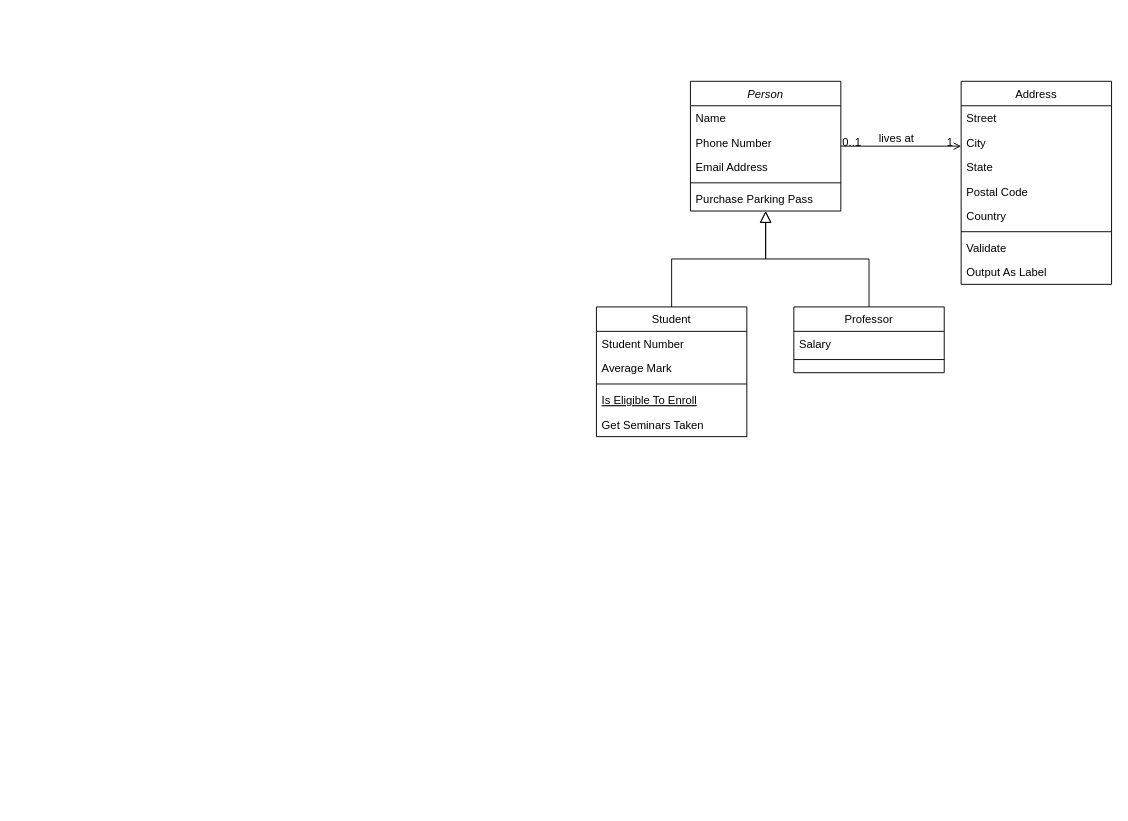
Earlier version of the draw.io diagram diagrama clases examen AyDSII.drawio (phoenix1179/BD). Source tidied: cells renumbered, new cells numbered last; positions are measured from the earlier drawing's top-left corner, leaving out a move shared by most shapes. Both pictures are drawn from the tidied source at 94%, with x=0, y=0 at pixel (596, 81).
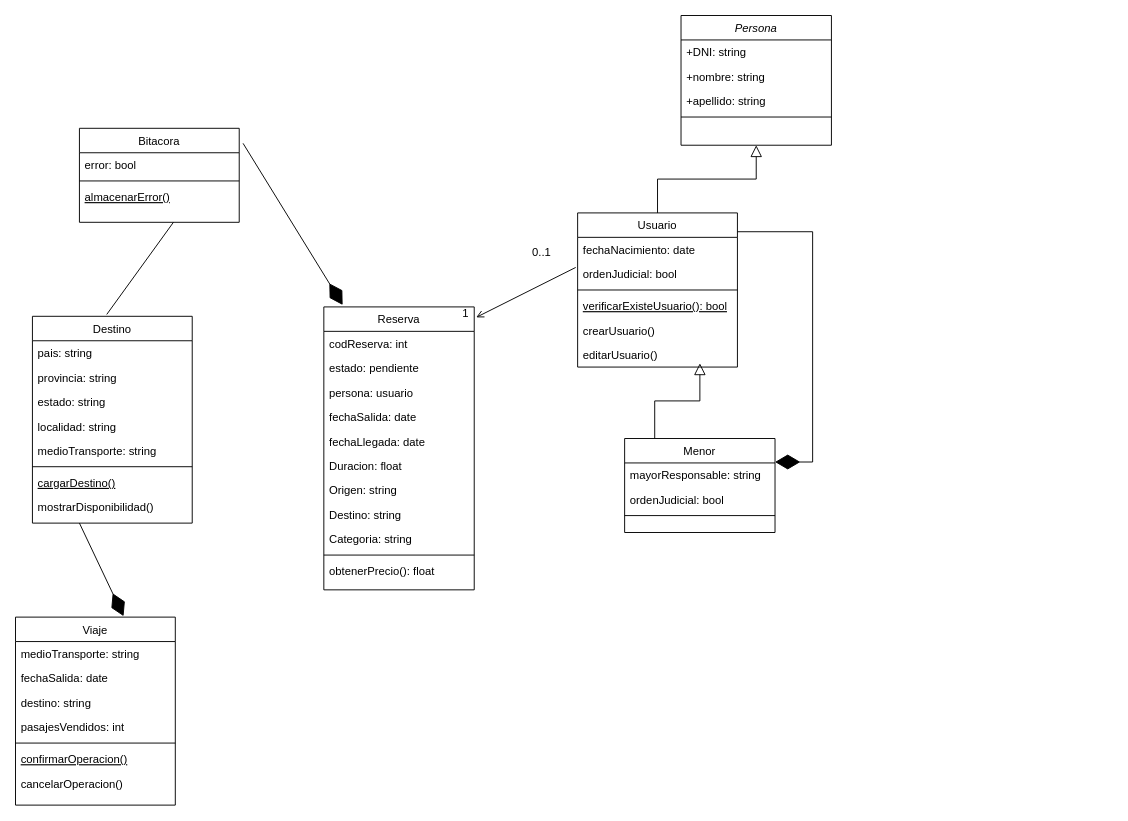
The same diagram, later.

Change to the diagram source:
```diff
@@
-    <mxCell id="2" value="Person" style="swimlane;fontStyle=2;align=center;verticalAlign=top;horizontal=1;startSize=26;rounded=0;shadow=0;strokeWidth=1;" parent="1" vertex="1">
-      <mxGeometry x="100" width="160" height="138" as="geometry" />
+    <mxCell id="2" value="Persona" style="swimlane;fontStyle=2;align=center;verticalAlign=top;horizontal=1;startSize=26;rounded=0;shadow=0;strokeWidth=1;" parent="1" vertex="1">
+      <mxGeometry x="90" y="-70" width="160" height="138" as="geometry" />
     </mxCell>
-    <mxCell id="3" value="Name" style="text;align=left;verticalAlign=top;spacingLeft=4;spacingRight=4;overflow=hidden;" parent="2" vertex="1">
+    <mxCell id="3" value="+DNI: string" style="text;align=left;verticalAlign=top;spacingLeft=4;spacingRight=4;overflow=hidden;" parent="2" vertex="1">
       <mxGeometry y="26" width="160" height="26" as="geometry" />
     </mxCell>
-    <mxCell id="4" value="Phone Number" style="text;align=left;verticalAlign=top;spacingLeft=4;spacingRight=4;overflow=hidden;rounded=0;shadow=0;html=0;" parent="2" vertex="1">
+    <mxCell id="4" value="+nombre: string" style="text;align=left;verticalAlign=top;spacingLeft=4;spacingRight=4;overflow=hidden;rounded=0;shadow=0;html=0;" parent="2" vertex="1">
       <mxGeometry y="52" width="160" height="26" as="geometry" />
     </mxCell>
-    <mxCell id="5" value="Email Address" style="text;align=left;verticalAlign=top;spacingLeft=4;spacingRight=4;overflow=hidden;rounded=0;shadow=0;html=0;" parent="2" vertex="1">
+    <mxCell id="5" value="+apellido: string" style="text;align=left;verticalAlign=top;spacingLeft=4;spacingRight=4;overflow=hidden;rounded=0;shadow=0;html=0;" parent="2" vertex="1">
       <mxGeometry y="78" width="160" height="26" as="geometry" />
     </mxCell>
@@
-    <mxCell id="7" value="Purchase Parking Pass" style="text;align=left;verticalAlign=top;spacingLeft=4;spacingRight=4;overflow=hidden;" parent="2" vertex="1">
-      <mxGeometry y="112" width="160" height="26" as="geometry" />
-    </mxCell>
-    <mxCell id="8" value="Student" style="swimlane;fontStyle=0;align=center;verticalAlign=top;horizontal=1;startSize=26;rounded=0;shadow=0;strokeWidth=1;" parent="1" vertex="1">
-      <mxGeometry y="240" width="160" height="138" as="geometry" />
+    <mxCell id="8" value="Usuario" style="swimlane;fontStyle=0;align=center;verticalAlign=top;horizontal=1;startSize=26;rounded=0;shadow=0;strokeWidth=1;" parent="1" vertex="1">
+      <mxGeometry x="-20" y="140" width="170" height="164" as="geometry" />
     </mxCell>
-    <mxCell id="9" value="Student Number" style="text;align=left;verticalAlign=top;spacingLeft=4;spacingRight=4;overflow=hidden;" parent="8" vertex="1">
-      <mxGeometry y="26" width="160" height="26" as="geometry" />
+    <mxCell id="9" value="fechaNacimiento: date" style="text;align=left;verticalAlign=top;spacingLeft=4;spacingRight=4;overflow=hidden;" parent="8" vertex="1">
+      <mxGeometry y="26" width="170" height="26" as="geometry" />
     </mxCell>
-    <mxCell id="10" value="Average Mark" style="text;align=left;verticalAlign=top;spacingLeft=4;spacingRight=4;overflow=hidden;points=[[0,0.5],[1,0.5]];portConstraint=eastwest;rounded=0;shadow=0;html=0;" parent="8" vertex="1">
-      <mxGeometry y="52" width="160" height="26" as="geometry" />
+    <mxCell id="10" value="ordenJudicial: bool" style="text;align=left;verticalAlign=top;spacingLeft=4;spacingRight=4;overflow=hidden;points=[[0,0.5],[1,0.5]];portConstraint=eastwest;rounded=0;shadow=0;html=0;" parent="8" vertex="1">
+      <mxGeometry y="52" width="170" height="26" as="geometry" />
     </mxCell>
     <mxCell id="11" style="line;html=1;strokeWidth=1;align=left;verticalAlign=middle;spacingTop=-1;spacingLeft=3;spacingRight=3;labelPosition=right;" parent="8" vertex="1">
-      <mxGeometry y="78" width="160" height="8" as="geometry" />
+      <mxGeometry y="78" width="170" height="8" as="geometry" />
     </mxCell>
-    <mxCell id="12" value="Is Eligible To Enroll" style="text;align=left;verticalAlign=top;spacingLeft=4;spacingRight=4;overflow=hidden;fontStyle=4;" parent="8" vertex="1">
-      <mxGeometry y="86" width="160" height="26" as="geometry" />
+    <mxCell id="12" value="verificarExisteUsuario(): bool" style="text;align=left;verticalAlign=top;spacingLeft=4;spacingRight=4;overflow=hidden;fontStyle=4;" parent="8" vertex="1">
+      <mxGeometry y="86" width="170" height="26" as="geometry" />
     </mxCell>
-    <mxCell id="13" value="Get Seminars Taken" style="text;align=left;verticalAlign=top;spacingLeft=4;spacingRight=4;overflow=hidden;" parent="8" vertex="1">
-      <mxGeometry y="112" width="160" height="26" as="geometry" />
+    <mxCell id="13" value="crearUsuario()" style="text;align=left;verticalAlign=top;spacingLeft=4;spacingRight=4;overflow=hidden;" parent="8" vertex="1">
+      <mxGeometry y="112" width="170" height="26" as="geometry" />
     </mxCell>
+    <mxCell id="32" value="editarUsuario()" style="text;align=left;verticalAlign=top;spacingLeft=4;spacingRight=4;overflow=hidden;points=[[0,0.5],[1,0.5]];portConstraint=eastwest;" parent="8" vertex="1">
+      <mxGeometry y="138" width="170" height="26" as="geometry" />
+    </mxCell>
@@
-    <mxCell id="15" value="Professor" style="swimlane;fontStyle=0;align=center;verticalAlign=top;horizontal=1;startSize=26;rounded=0;shadow=0;strokeWidth=1;" parent="1" vertex="1">
-      <mxGeometry x="210" y="240" width="160" height="70" as="geometry" />
+    <mxCell id="15" value="Menor" style="swimlane;fontStyle=0;align=center;verticalAlign=top;horizontal=1;startSize=26;rounded=0;shadow=0;strokeWidth=1;" parent="1" vertex="1">
+      <mxGeometry x="30" y="380" width="160" height="100" as="geometry" />
     </mxCell>
-    <mxCell id="16" value="Salary" style="text;align=left;verticalAlign=top;spacingLeft=4;spacingRight=4;overflow=hidden;" parent="15" vertex="1">
+    <mxCell id="16" value="mayorResponsable: string" style="text;align=left;verticalAlign=top;spacingLeft=4;spacingRight=4;overflow=hidden;" parent="15" vertex="1">
       <mxGeometry y="26" width="160" height="26" as="geometry" />
     </mxCell>
+    <mxCell id="33" value="ordenJudicial: bool" style="text;align=left;verticalAlign=top;spacingLeft=4;spacingRight=4;overflow=hidden;" parent="15" vertex="1">
+      <mxGeometry y="52" width="160" height="26" as="geometry" />
+    </mxCell>
     <mxCell id="17" style="line;html=1;strokeWidth=1;align=left;verticalAlign=middle;spacingTop=-1;spacingLeft=3;spacingRight=3;labelPosition=right;" parent="15" vertex="1">
-      <mxGeometry y="52" width="160" height="8" as="geometry" />
+      <mxGeometry y="78" width="160" height="8" as="geometry" />
     </mxCell>
-    <mxCell id="18" style="endArrow=block;endSize=10;endFill=0;shadow=0;strokeWidth=1;rounded=0;edgeStyle=elbowEdgeStyle;elbow=vertical;" parent="1" edge="1" source="15" target="2">
-      <mxGeometry relative="1" as="geometry" />
-    </mxCell>
-    <mxCell id="19" value="Address" style="swimlane;fontStyle=0;align=center;verticalAlign=top;horizontal=1;startSize=26;rounded=0;shadow=0;strokeWidth=1;" parent="1" vertex="1">
-      <mxGeometry x="388" width="160" height="216" as="geometry" />
+    <mxCell id="19" value="Reserva" style="swimlane;fontStyle=0;align=center;verticalAlign=top;horizontal=1;startSize=26;rounded=0;shadow=0;strokeWidth=1;" parent="1" vertex="1">
+      <mxGeometry x="-290" y="240" width="160" height="301" as="geometry" />
     </mxCell>
-    <mxCell id="20" value="Street" style="text;align=left;verticalAlign=top;spacingLeft=4;spacingRight=4;overflow=hidden;" parent="19" vertex="1">
+    <mxCell id="20" value="codReserva: int" style="text;align=left;verticalAlign=top;spacingLeft=4;spacingRight=4;overflow=hidden;" parent="19" vertex="1">
       <mxGeometry y="26" width="160" height="26" as="geometry" />
     </mxCell>
-    <mxCell id="21" value="City" style="text;align=left;verticalAlign=top;spacingLeft=4;spacingRight=4;overflow=hidden;rounded=0;shadow=0;html=0;" parent="19" vertex="1">
+    <mxCell id="21" value="estado: pendiente" style="text;align=left;verticalAlign=top;spacingLeft=4;spacingRight=4;overflow=hidden;rounded=0;shadow=0;html=0;" parent="19" vertex="1">
       <mxGeometry y="52" width="160" height="26" as="geometry" />
     </mxCell>
-    <mxCell id="22" value="State" style="text;align=left;verticalAlign=top;spacingLeft=4;spacingRight=4;overflow=hidden;rounded=0;shadow=0;html=0;" parent="19" vertex="1">
+    <mxCell id="22" value="persona: usuario" style="text;align=left;verticalAlign=top;spacingLeft=4;spacingRight=4;overflow=hidden;rounded=0;shadow=0;html=0;" parent="19" vertex="1">
       <mxGeometry y="78" width="160" height="26" as="geometry" />
     </mxCell>
-    <mxCell id="23" value="Postal Code" style="text;align=left;verticalAlign=top;spacingLeft=4;spacingRight=4;overflow=hidden;rounded=0;shadow=0;html=0;" parent="19" vertex="1">
+    <mxCell id="23" value="fechaSalida: date" style="text;align=left;verticalAlign=top;spacingLeft=4;spacingRight=4;overflow=hidden;rounded=0;shadow=0;html=0;" parent="19" vertex="1">
       <mxGeometry y="104" width="160" height="26" as="geometry" />
     </mxCell>
-    <mxCell id="24" value="Country" style="text;align=left;verticalAlign=top;spacingLeft=4;spacingRight=4;overflow=hidden;rounded=0;shadow=0;html=0;" parent="19" vertex="1">
+    <mxCell id="24" value="fechaLlegada: date" style="text;align=left;verticalAlign=top;spacingLeft=4;spacingRight=4;overflow=hidden;rounded=0;shadow=0;html=0;" parent="19" vertex="1">
       <mxGeometry y="130" width="160" height="26" as="geometry" />
     </mxCell>
+    <mxCell id="34" value="Duracion: float" style="text;align=left;verticalAlign=top;spacingLeft=4;spacingRight=4;overflow=hidden;rounded=0;shadow=0;html=0;" parent="19" vertex="1">
+      <mxGeometry y="156" width="160" height="26" as="geometry" />
+    </mxCell>
+    <mxCell id="35" value="Origen: string" style="text;align=left;verticalAlign=top;spacingLeft=4;spacingRight=4;overflow=hidden;rounded=0;shadow=0;html=0;" parent="19" vertex="1">
+      <mxGeometry y="182" width="160" height="26" as="geometry" />
+    </mxCell>
+    <mxCell id="36" value="Destino: string" style="text;align=left;verticalAlign=top;spacingLeft=4;spacingRight=4;overflow=hidden;rounded=0;shadow=0;html=0;" parent="19" vertex="1">
+      <mxGeometry y="208" width="160" height="26" as="geometry" />
+    </mxCell>
+    <mxCell id="37" value="Categoria: string" style="text;align=left;verticalAlign=top;spacingLeft=4;spacingRight=4;overflow=hidden;rounded=0;shadow=0;html=0;" parent="19" vertex="1">
+      <mxGeometry y="234" width="160" height="26" as="geometry" />
+    </mxCell>
     <mxCell id="25" style="line;html=1;strokeWidth=1;align=left;verticalAlign=middle;spacingTop=-1;spacingLeft=3;spacingRight=3;labelPosition=right;" parent="19" vertex="1">
-      <mxGeometry y="156" width="160" height="8" as="geometry" />
+      <mxGeometry y="260" width="160" height="8" as="geometry" />
     </mxCell>
-    <mxCell id="26" value="Validate" style="text;align=left;verticalAlign=top;spacingLeft=4;spacingRight=4;overflow=hidden;" parent="19" vertex="1">
-      <mxGeometry y="164" width="160" height="26" as="geometry" />
+    <mxCell id="26" value="obtenerPrecio(): float" style="text;align=left;verticalAlign=top;spacingLeft=4;spacingRight=4;overflow=hidden;" parent="19" vertex="1">
+      <mxGeometry y="268" width="160" height="26" as="geometry" />
     </mxCell>
-    <mxCell id="27" value="Output As Label" style="text;align=left;verticalAlign=top;spacingLeft=4;spacingRight=4;overflow=hidden;" parent="19" vertex="1">
-      <mxGeometry y="190" width="160" height="26" as="geometry" />
-    </mxCell>
-    <mxCell id="28" style="endArrow=open;shadow=0;strokeWidth=1;rounded=0;endFill=1;edgeStyle=elbowEdgeStyle;elbow=vertical;" parent="1" edge="1" source="2" target="19">
-      <mxGeometry x="0.5" y="41" relative="1" as="geometry">
-        <mxPoint x="-40" y="32" as="offset" />
-      </mxGeometry>
-    </mxCell>
+    <mxCell id="38" style="endArrow=block;endSize=10;endFill=0;shadow=0;strokeWidth=1;rounded=0;edgeStyle=elbowEdgeStyle;elbow=vertical;exitX=0.2;exitY=0;exitDx=0;exitDy=0;exitPerimeter=0;entryX=0.765;entryY=0.846;entryDx=0;entryDy=0;entryPerimeter=0;" parent="1" edge="1" source="15" target="32">
+      <mxGeometry relative="1" as="geometry" />
+    </mxCell>
+    <mxCell id="39" style="endArrow=diamondThin;endFill=1;endSize=24;html=1;rounded=0;entryX=1;entryY=0.25;entryDx=0;entryDy=0;edgeStyle=elbowEdgeStyle;exitX=1;exitY=0.122;exitDx=0;exitDy=0;exitPerimeter=0;" parent="1" edge="1" source="8" target="15">
+      <mxGeometry relative="1" as="geometry">
+        <Array as="points">
+          <mxPoint x="230" y="420" />
+        </Array>
+      </mxGeometry>
+    </mxCell>
+    <mxCell id="40" style="endArrow=open;shadow=0;strokeWidth=1;rounded=0;endFill=1;elbow=vertical;exitX=-0.012;exitY=0.231;exitDx=0;exitDy=0;exitPerimeter=0;entryX=1.013;entryY=0.037;entryDx=0;entryDy=0;entryPerimeter=0;" parent="1" edge="1" source="10" target="19">
+      <mxGeometry x="0.5" y="41" relative="1" as="geometry">
+        <mxPoint x="-40" y="32" as="offset" />
+      </mxGeometry>
+    </mxCell>
-    <mxCell id="29" value="0..1" style="align=left;verticalAlign=bottom;labelBackgroundColor=none;fontSize=12;" parent="28" vertex="1">
+    <mxCell id="29" value="0..1" style="align=left;verticalAlign=bottom;labelBackgroundColor=none;fontSize=12;" parent="40" vertex="1">
       <mxGeometry x="-1" relative="1" as="geometry">
-        <mxPoint y="4" as="offset" />
+        <mxPoint x="-48" y="-8" as="offset" />
       </mxGeometry>
     </mxCell>
-    <mxCell id="30" value="1" style="align=right;verticalAlign=bottom;labelBackgroundColor=none;fontSize=12;" parent="28" vertex="1">
+    <mxCell id="30" value="1" style="align=right;verticalAlign=bottom;labelBackgroundColor=none;fontSize=12;" parent="40" vertex="1">
       <mxGeometry x="1" relative="1" as="geometry">
         <mxPoint x="-7" y="4" as="offset" />
       </mxGeometry>
     </mxCell>
-    <mxCell id="31" value="lives at" style="text;html=1;align=center;verticalAlign=middle;labelBackgroundColor=none;rounded=0;shadow=0;strokeWidth=1;fontSize=12;" parent="28" vertex="1">
-      <mxGeometry x="0.5" y="49" relative="1" as="geometry">
-        <mxPoint x="-38" y="40" as="offset" />
-      </mxGeometry>
-    </mxCell>
+    <mxCell id="41" style="endArrow=diamondThin;endFill=1;endSize=24;html=1;rounded=0;entryX=0.125;entryY=-0.007;entryDx=0;entryDy=0;entryPerimeter=0;exitX=1.024;exitY=0.16;exitDx=0;exitDy=0;exitPerimeter=0;" parent="1" edge="1" source="42" target="19">
+      <mxGeometry relative="1" as="geometry" />
+    </mxCell>
+    <mxCell id="42" value="Bitacora" style="swimlane;fontStyle=0;align=center;verticalAlign=top;horizontal=1;startSize=26;rounded=0;shadow=0;strokeWidth=1;" parent="1" vertex="1">
+      <mxGeometry x="-550" y="50" width="170" height="100" as="geometry" />
+    </mxCell>
+    <mxCell id="43" value="error: bool" style="text;align=left;verticalAlign=top;spacingLeft=4;spacingRight=4;overflow=hidden;" parent="42" vertex="1">
+      <mxGeometry y="26" width="170" height="26" as="geometry" />
+    </mxCell>
+    <mxCell id="44" style="line;html=1;strokeWidth=1;align=left;verticalAlign=middle;spacingTop=-1;spacingLeft=3;spacingRight=3;labelPosition=right;" parent="42" vertex="1">
+      <mxGeometry y="52" width="170" height="8" as="geometry" />
+    </mxCell>
+    <mxCell id="45" value="almacenarError()" style="text;align=left;verticalAlign=top;spacingLeft=4;spacingRight=4;overflow=hidden;fontStyle=4;" parent="42" vertex="1">
+      <mxGeometry y="60" width="170" height="26" as="geometry" />
+    </mxCell>
+    <mxCell id="46" value="Destino" style="swimlane;fontStyle=0;align=center;verticalAlign=top;horizontal=1;startSize=26;rounded=0;shadow=0;strokeWidth=1;" parent="1" vertex="1">
+      <mxGeometry x="-600" y="250" width="170" height="220" as="geometry" />
+    </mxCell>
+    <mxCell id="47" value="pais: string" style="text;align=left;verticalAlign=top;spacingLeft=4;spacingRight=4;overflow=hidden;" parent="46" vertex="1">
+      <mxGeometry y="26" width="170" height="26" as="geometry" />
+    </mxCell>
+    <mxCell id="48" value="provincia: string" style="text;align=left;verticalAlign=top;spacingLeft=4;spacingRight=4;overflow=hidden;rounded=0;shadow=0;html=0;" parent="46" vertex="1">
+      <mxGeometry y="52" width="170" height="26" as="geometry" />
+    </mxCell>
+    <mxCell id="49" value="estado: string" style="text;align=left;verticalAlign=top;spacingLeft=4;spacingRight=4;overflow=hidden;rounded=0;shadow=0;html=0;" parent="46" vertex="1">
+      <mxGeometry y="78" width="170" height="26" as="geometry" />
+    </mxCell>
+    <mxCell id="50" value="localidad: string" style="text;align=left;verticalAlign=top;spacingLeft=4;spacingRight=4;overflow=hidden;rounded=0;shadow=0;html=0;" parent="46" vertex="1">
+      <mxGeometry y="104" width="170" height="26" as="geometry" />
+    </mxCell>
+    <mxCell id="51" value="medioTransporte: string" style="text;align=left;verticalAlign=top;spacingLeft=4;spacingRight=4;overflow=hidden;rounded=0;shadow=0;html=0;" parent="46" vertex="1">
+      <mxGeometry y="130" width="170" height="26" as="geometry" />
+    </mxCell>
+    <mxCell id="52" style="line;html=1;strokeWidth=1;align=left;verticalAlign=middle;spacingTop=-1;spacingLeft=3;spacingRight=3;labelPosition=right;" parent="46" vertex="1">
+      <mxGeometry y="156" width="170" height="8" as="geometry" />
+    </mxCell>
+    <mxCell id="53" value="cargarDestino()" style="text;align=left;verticalAlign=top;spacingLeft=4;spacingRight=4;overflow=hidden;fontStyle=4;" parent="46" vertex="1">
+      <mxGeometry y="164" width="170" height="26" as="geometry" />
+    </mxCell>
+    <mxCell id="54" value="mostrarDisponibilidad()" style="text;align=left;verticalAlign=top;spacingLeft=4;spacingRight=4;overflow=hidden;" parent="46" vertex="1">
+      <mxGeometry y="190" width="170" height="26" as="geometry" />
+    </mxCell>
+    <mxCell id="55" style="endArrow=none;html=1;rounded=0;exitX=0.465;exitY=-0.009;exitDx=0;exitDy=0;exitPerimeter=0;" parent="1" edge="1" source="46">
+      <mxGeometry relative="1" as="geometry">
+        <mxPoint x="-450" y="150" as="targetPoint" />
+      </mxGeometry>
+    </mxCell>
+    <mxCell id="56" style="endArrow=diamondThin;endFill=1;endSize=24;html=1;rounded=0;entryX=0.676;entryY=-0.005;entryDx=0;entryDy=0;entryPerimeter=0;" parent="1" edge="1" target="57">
+      <mxGeometry relative="1" as="geometry">
+        <mxPoint x="-550" y="470" as="sourcePoint" />
+      </mxGeometry>
+    </mxCell>
+    <mxCell id="57" value="Viaje" style="swimlane;fontStyle=0;align=center;verticalAlign=top;horizontal=1;startSize=26;rounded=0;shadow=0;strokeWidth=1;" parent="1" vertex="1">
+      <mxGeometry x="-618" y="570" width="170" height="200" as="geometry" />
+    </mxCell>
+    <mxCell id="58" value="medioTransporte: string" style="text;align=left;verticalAlign=top;spacingLeft=4;spacingRight=4;overflow=hidden;" parent="57" vertex="1">
+      <mxGeometry y="26" width="170" height="26" as="geometry" />
+    </mxCell>
+    <mxCell id="59" value="fechaSalida: date" style="text;align=left;verticalAlign=top;spacingLeft=4;spacingRight=4;overflow=hidden;rounded=0;shadow=0;html=0;" parent="57" vertex="1">
+      <mxGeometry y="52" width="170" height="26" as="geometry" />
+    </mxCell>
+    <mxCell id="60" value="destino: string" style="text;align=left;verticalAlign=top;spacingLeft=4;spacingRight=4;overflow=hidden;rounded=0;shadow=0;html=0;" parent="57" vertex="1">
+      <mxGeometry y="78" width="170" height="26" as="geometry" />
+    </mxCell>
+    <mxCell id="61" value="pasajesVendidos: int" style="text;align=left;verticalAlign=top;spacingLeft=4;spacingRight=4;overflow=hidden;rounded=0;shadow=0;html=0;" parent="57" vertex="1">
+      <mxGeometry y="104" width="170" height="26" as="geometry" />
+    </mxCell>
+    <mxCell id="62" style="line;html=1;strokeWidth=1;align=left;verticalAlign=middle;spacingTop=-1;spacingLeft=3;spacingRight=3;labelPosition=right;" parent="57" vertex="1">
+      <mxGeometry y="130" width="170" height="8" as="geometry" />
+    </mxCell>
+    <mxCell id="63" value="confirmarOperacion()" style="text;align=left;verticalAlign=top;spacingLeft=4;spacingRight=4;overflow=hidden;fontStyle=4;" parent="57" vertex="1">
+      <mxGeometry y="138" width="170" height="26" as="geometry" />
+    </mxCell>
+    <mxCell id="64" value="cancelarOperacion()" style="text;align=left;verticalAlign=top;spacingLeft=4;spacingRight=4;overflow=hidden;" parent="57" vertex="1">
+      <mxGeometry y="164" width="170" height="26" as="geometry" />
+    </mxCell>
```
